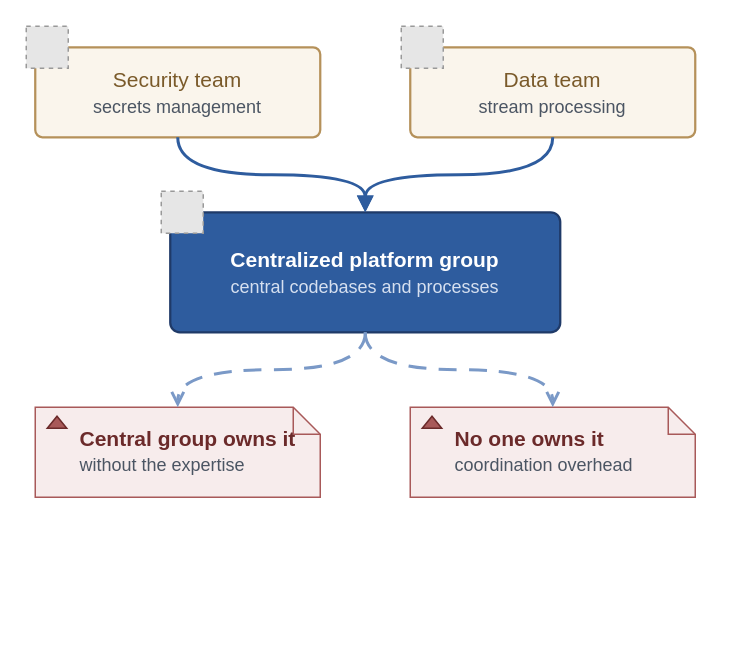
Above: page "Fig 1 – Centralized bottleneck" (1 of 12) of diagrams/pcf-community-draft.drawio in missBerg/platform-capabilities (draw.io), before the change. Source tidied: cells renumbered, new cells numbered last; positions are measured from the earlier drawing's top-left corner, leaving out a move shared by most shapes. Both pictures are drawn from the tidied source at 150%, with x=0, y=0 at pixel (26, 26). Pictures stored in the file or linked from it are replaced by grey dashed boxes.
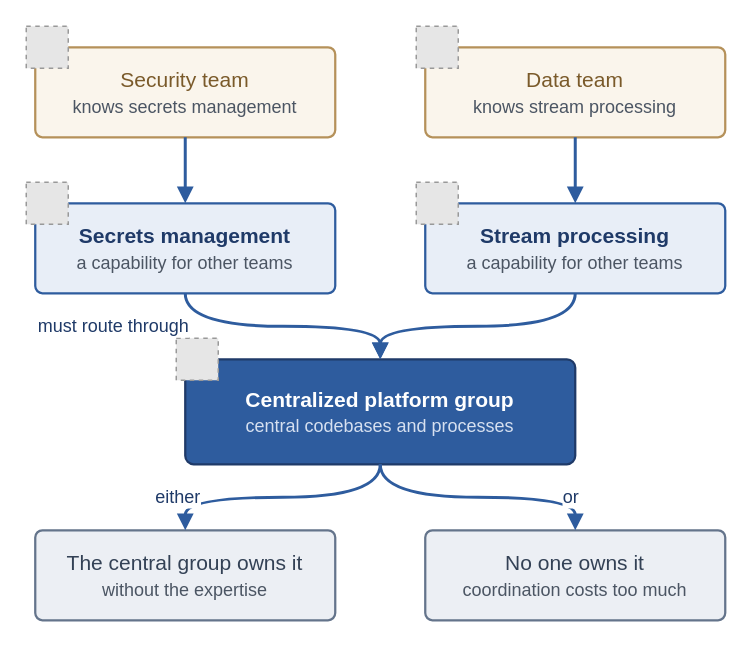
The same page after the edit.

Diff of the diagram source:
```diff
@@
-    <mxCell id="2" value="Security team&lt;br&gt;&lt;font style=&quot;font-size: 12px&quot; color=&quot;#4B5563&quot;&gt;secrets management&lt;/font&gt;" style="rounded=1;whiteSpace=wrap;html=1;arcSize=8;fillColor=#FAF5EC;strokeColor=#B5915A;strokeWidth=1.5;fontColor=#7A5A2A;fontFamily=Helvetica;fontSize=14;align=center;verticalAlign=middle;shadow=0;" parent="1" vertex="1">
-      <mxGeometry x="6" y="14" width="190" height="60" as="geometry" />
+    <mxCell id="2" value="Security team&lt;br&gt;&lt;font style=&quot;font-size: 12px&quot; color=&quot;#4B5563&quot;&gt;knows secrets management&lt;/font&gt;" style="rounded=1;whiteSpace=wrap;html=1;arcSize=8;fillColor=#FAF5EC;strokeColor=#B5915A;strokeWidth=1.5;fontColor=#7A5A2A;fontFamily=Helvetica;fontSize=14;align=center;verticalAlign=middle;shadow=0;" parent="1" vertex="1">
+      <mxGeometry x="6" y="14" width="200" height="60" as="geometry" />
     </mxCell>
@@
-    <mxCell id="4" value="Data team&lt;br&gt;&lt;font style=&quot;font-size: 12px&quot; color=&quot;#4B5563&quot;&gt;stream processing&lt;/font&gt;" style="rounded=1;whiteSpace=wrap;html=1;arcSize=8;fillColor=#FAF5EC;strokeColor=#B5915A;strokeWidth=1.5;fontColor=#7A5A2A;fontFamily=Helvetica;fontSize=14;align=center;verticalAlign=middle;shadow=0;" parent="1" vertex="1">
-      <mxGeometry x="256" y="14" width="190" height="60" as="geometry" />
+    <mxCell id="4" value="Data team&lt;br&gt;&lt;font style=&quot;font-size: 12px&quot; color=&quot;#4B5563&quot;&gt;knows stream processing&lt;/font&gt;" style="rounded=1;whiteSpace=wrap;html=1;arcSize=8;fillColor=#FAF5EC;strokeColor=#B5915A;strokeWidth=1.5;fontColor=#7A5A2A;fontFamily=Helvetica;fontSize=14;align=center;verticalAlign=middle;shadow=0;" parent="1" vertex="1">
+      <mxGeometry x="266" y="14" width="200" height="60" as="geometry" />
     </mxCell>
     <mxCell id="5" style="fillColor=#E6E6E6;strokeColor=#999999;dashed=1;verticalLabelPosition=bottom;verticalAlign=top;align=center;fontFamily=Helvetica;fontSize=14;fontColor=#1F3A68;" parent="1" vertex="1">
-      <mxGeometry x="250" width="28" height="28" as="geometry" />
+      <mxGeometry x="260" width="28" height="28" as="geometry" />
     </mxCell>
+    <mxCell id="16" value="&lt;b&gt;Secrets management&lt;/b&gt;&lt;br&gt;&lt;font style=&quot;font-size: 12px&quot; color=&quot;#4B5563&quot;&gt;a capability for other teams&lt;/font&gt;" style="rounded=1;whiteSpace=wrap;html=1;arcSize=8;fillColor=#E8EEF7;strokeColor=#2E5C9E;strokeWidth=1.5;fontColor=#1F3A68;fontFamily=Helvetica;fontSize=14;align=center;verticalAlign=middle;shadow=0;" parent="1" vertex="1">
+      <mxGeometry x="6" y="118" width="200" height="60" as="geometry" />
+    </mxCell>
+    <mxCell id="17" style="fillColor=#E6E6E6;strokeColor=#999999;dashed=1;verticalLabelPosition=bottom;verticalAlign=top;align=center;fontFamily=Helvetica;fontSize=14;fontColor=#1F3A68;" parent="1" vertex="1">
+      <mxGeometry y="104" width="28" height="28" as="geometry" />
+    </mxCell>
+    <mxCell id="18" value="&lt;b&gt;Stream processing&lt;/b&gt;&lt;br&gt;&lt;font style=&quot;font-size: 12px&quot; color=&quot;#4B5563&quot;&gt;a capability for other teams&lt;/font&gt;" style="rounded=1;whiteSpace=wrap;html=1;arcSize=8;fillColor=#E8EEF7;strokeColor=#2E5C9E;strokeWidth=1.5;fontColor=#1F3A68;fontFamily=Helvetica;fontSize=14;align=center;verticalAlign=middle;shadow=0;" parent="1" vertex="1">
+      <mxGeometry x="266" y="118" width="200" height="60" as="geometry" />
+    </mxCell>
+    <mxCell id="19" style="fillColor=#E6E6E6;strokeColor=#999999;dashed=1;verticalLabelPosition=bottom;verticalAlign=top;align=center;fontFamily=Helvetica;fontSize=14;fontColor=#1F3A68;" parent="1" vertex="1">
+      <mxGeometry x="260" y="104" width="28" height="28" as="geometry" />
+    </mxCell>
     <mxCell id="6" value="&lt;b&gt;Centralized platform group&lt;/b&gt;&lt;br&gt;&lt;font style=&quot;font-size: 12px&quot; color=&quot;#D6E0F0&quot;&gt;central codebases and processes&lt;/font&gt;" style="rounded=1;whiteSpace=wrap;html=1;arcSize=8;fillColor=#2E5C9E;strokeColor=#1F3A68;strokeWidth=1.5;fontColor=#FFFFFF;fontFamily=Helvetica;fontSize=14;align=center;verticalAlign=middle;shadow=0;" parent="1" vertex="1">
-      <mxGeometry x="96" y="124" width="260" height="80" as="geometry" />
+      <mxGeometry x="106" y="222" width="260" height="70" as="geometry" />
     </mxCell>
     <mxCell id="7" style="fillColor=#E6E6E6;strokeColor=#999999;dashed=1;verticalLabelPosition=bottom;verticalAlign=top;align=center;fontFamily=Helvetica;fontSize=14;fontColor=#1F3A68;" parent="1" vertex="1">
-      <mxGeometry x="90" y="110" width="28" height="28" as="geometry" />
+      <mxGeometry x="100" y="208" width="28" height="28" as="geometry" />
     </mxCell>
-    <mxCell id="8" value="&lt;b&gt;Central group owns it&lt;/b&gt;&lt;br&gt;&lt;font style=&quot;font-size: 12px&quot; color=&quot;#4B5563&quot;&gt;without the expertise&lt;/font&gt;" style="shape=note;whiteSpace=wrap;html=1;backgroundOutline=1;fillColor=#F7ECEC;strokeColor=#A85959;strokeWidth=1;fontColor=#6B2A2A;fontFamily=Helvetica;fontSize=14;align=left;verticalAlign=top;spacingLeft=28;spacingTop=6;spacingRight=8;shadow=0;size=18;" parent="1" vertex="1">
-      <mxGeometry x="6" y="254" width="190" height="60" as="geometry" />
+    <mxCell id="8" value="The central group owns it&lt;br&gt;&lt;font style=&quot;font-size: 12px&quot; color=&quot;#4B5563&quot;&gt;without the expertise&lt;/font&gt;" style="rounded=1;whiteSpace=wrap;html=1;arcSize=8;fillColor=#ECEFF4;strokeColor=#64748B;strokeWidth=1.5;fontColor=#334155;fontFamily=Helvetica;fontSize=14;align=center;verticalAlign=middle;shadow=0;" parent="1" vertex="1">
+      <mxGeometry x="6" y="336" width="200" height="60" as="geometry" />
     </mxCell>
-    <mxCell id="9" style="shape=triangle;direction=north;fillColor=#A85959;strokeColor=#6B2A2A;html=1;shadow=0;" parent="1" vertex="1">
-      <mxGeometry x="14" y="260" width="13" height="8" as="geometry" />
-    </mxCell>
-    <mxCell id="10" value="&lt;b&gt;No one owns it&lt;/b&gt;&lt;br&gt;&lt;font style=&quot;font-size: 12px&quot; color=&quot;#4B5563&quot;&gt;coordination overhead&lt;/font&gt;" style="shape=note;whiteSpace=wrap;html=1;backgroundOutline=1;fillColor=#F7ECEC;strokeColor=#A85959;strokeWidth=1;fontColor=#6B2A2A;fontFamily=Helvetica;fontSize=14;align=left;verticalAlign=top;spacingLeft=28;spacingTop=6;spacingRight=8;shadow=0;size=18;" parent="1" vertex="1">
-      <mxGeometry x="256" y="254" width="190" height="60" as="geometry" />
+    <mxCell id="10" value="No one owns it&lt;br&gt;&lt;font style=&quot;font-size: 12px&quot; color=&quot;#4B5563&quot;&gt;coordination costs too much&lt;/font&gt;" style="rounded=1;whiteSpace=wrap;html=1;arcSize=8;fillColor=#ECEFF4;strokeColor=#64748B;strokeWidth=1.5;fontColor=#334155;fontFamily=Helvetica;fontSize=14;align=center;verticalAlign=middle;shadow=0;" parent="1" vertex="1">
+      <mxGeometry x="266" y="336" width="200" height="60" as="geometry" />
     </mxCell>
-    <mxCell id="11" style="shape=triangle;direction=north;fillColor=#A85959;strokeColor=#6B2A2A;html=1;shadow=0;" parent="1" vertex="1">
-      <mxGeometry x="264" y="260" width="13" height="8" as="geometry" />
-    </mxCell>
-    <mxCell id="12" style="edgeStyle=orthogonalEdgeStyle;endArrow=block;html=1;rounded=0;strokeColor=#2E5C9E;strokeWidth=2;fontColor=#1F3A68;fontFamily=Helvetica;fontSize=12;endFill=1;curved=1;" parent="1" edge="1" source="2" target="6">
+    <mxCell id="12" style="edgeStyle=orthogonalEdgeStyle;endArrow=block;html=1;rounded=0;strokeColor=#2E5C9E;strokeWidth=2;fontColor=#1F3A68;fontFamily=Helvetica;fontSize=12;endFill=1;curved=1;exitX=0.5;exitY=1;exitDx=0;exitDy=0;entryX=0.5;entryY=0;entryDx=0;entryDy=0;" parent="1" edge="1" source="2" target="16">
       <mxGeometry relative="1" as="geometry" />
     </mxCell>
-    <mxCell id="13" style="edgeStyle=orthogonalEdgeStyle;endArrow=block;html=1;rounded=0;strokeColor=#2E5C9E;strokeWidth=2;fontColor=#1F3A68;fontFamily=Helvetica;fontSize=12;endFill=1;curved=1;" parent="1" edge="1" source="4" target="6">
+    <mxCell id="13" style="edgeStyle=orthogonalEdgeStyle;endArrow=block;html=1;rounded=0;strokeColor=#2E5C9E;strokeWidth=2;fontColor=#1F3A68;fontFamily=Helvetica;fontSize=12;endFill=1;curved=1;exitX=0.5;exitY=1;exitDx=0;exitDy=0;entryX=0.5;entryY=0;entryDx=0;entryDy=0;" parent="1" edge="1" source="4" target="18">
       <mxGeometry relative="1" as="geometry" />
     </mxCell>
-    <mxCell id="14" style="edgeStyle=orthogonalEdgeStyle;endArrow=open;html=1;rounded=0;strokeColor=#7A99C7;strokeWidth=2;dashed=1;dashPattern=6 4;fontColor=#1F3A68;fontFamily=Helvetica;fontSize=12;curved=1;" parent="1" edge="1" source="6" target="8">
-      <mxGeometry relative="1" as="geometry" />
+    <mxCell id="14" value="must route through" style="edgeStyle=orthogonalEdgeStyle;endArrow=block;html=1;rounded=0;strokeColor=#2E5C9E;strokeWidth=2;fontColor=#1F3A68;fontFamily=Helvetica;fontSize=12;endFill=1;curved=1;exitX=0.5;exitY=1;exitDx=0;exitDy=0;entryX=0.5;entryY=0;entryDx=0;entryDy=0;" parent="1" edge="1" source="16" target="6">
+      <mxGeometry x="-0.5" relative="1" as="geometry">
+        <mxPoint x="-70" as="offset" />
+      </mxGeometry>
     </mxCell>
-    <mxCell id="15" style="edgeStyle=orthogonalEdgeStyle;endArrow=open;html=1;rounded=0;strokeColor=#7A99C7;strokeWidth=2;dashed=1;dashPattern=6 4;fontColor=#1F3A68;fontFamily=Helvetica;fontSize=12;curved=1;" parent="1" edge="1" source="6" target="10">
+    <mxCell id="15" style="edgeStyle=orthogonalEdgeStyle;endArrow=block;html=1;rounded=0;strokeColor=#2E5C9E;strokeWidth=2;fontColor=#1F3A68;fontFamily=Helvetica;fontSize=12;endFill=1;curved=1;exitX=0.5;exitY=1;exitDx=0;exitDy=0;entryX=0.5;entryY=0;entryDx=0;entryDy=0;" parent="1" edge="1" source="18" target="6">
       <mxGeometry relative="1" as="geometry" />
     </mxCell>
+    <mxCell id="20" value="either" style="edgeStyle=orthogonalEdgeStyle;endArrow=block;html=1;rounded=0;strokeColor=#2E5C9E;strokeWidth=2;fontColor=#1F3A68;fontFamily=Helvetica;fontSize=12;endFill=1;curved=1;exitX=0.5;exitY=1;exitDx=0;exitDy=0;entryX=0.5;entryY=0;entryDx=0;entryDy=0;" parent="1" edge="1" source="6" target="8">
+      <mxGeometry x="0.5" relative="1" as="geometry">
+        <mxPoint x="-26" as="offset" />
+      </mxGeometry>
+    </mxCell>
+    <mxCell id="21" value="or" style="edgeStyle=orthogonalEdgeStyle;endArrow=block;html=1;rounded=0;strokeColor=#2E5C9E;strokeWidth=2;fontColor=#1F3A68;fontFamily=Helvetica;fontSize=12;endFill=1;curved=1;exitX=0.5;exitY=1;exitDx=0;exitDy=0;entryX=0.5;entryY=0;entryDx=0;entryDy=0;" parent="1" edge="1" source="6" target="10">
+      <mxGeometry x="0.5" relative="1" as="geometry">
+        <mxPoint x="18" as="offset" />
+      </mxGeometry>
+    </mxCell>
```
